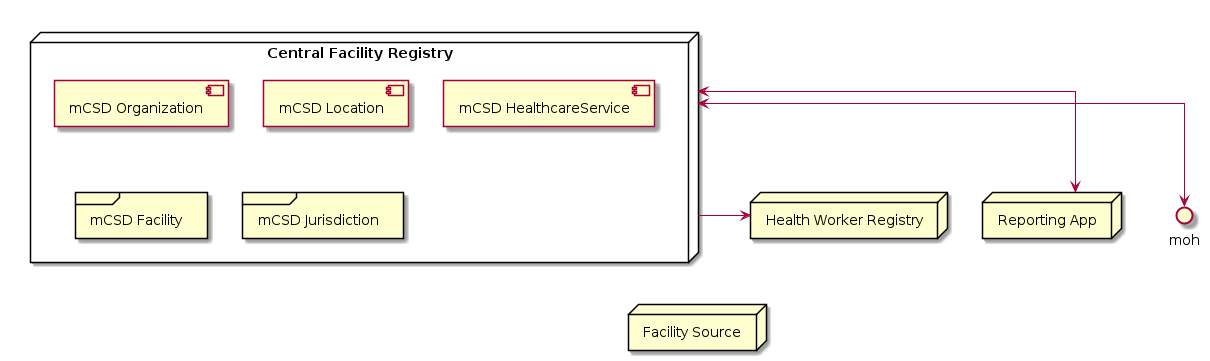
Before: media/federated-facility-services.png, a diagram exported from PlantUML (IHE/mCSD-Whitepaper).
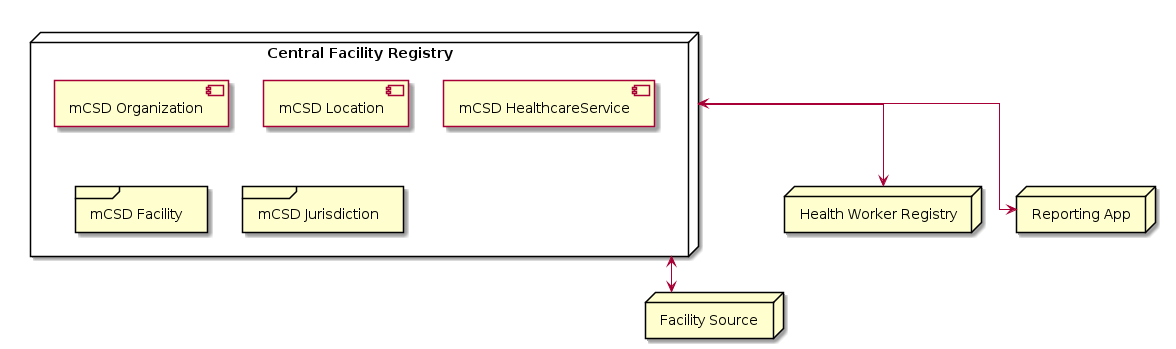
Later version of the same file.

The edit, as a diff of the source:
```diff
@@ -21,7 +21,7 @@
 registry -[hidden]--> source
 registry -[hidden]-> app
 
-registry <--> moh
+registry <--> source
 registry --> hwr
 registry <--> app
 
```
